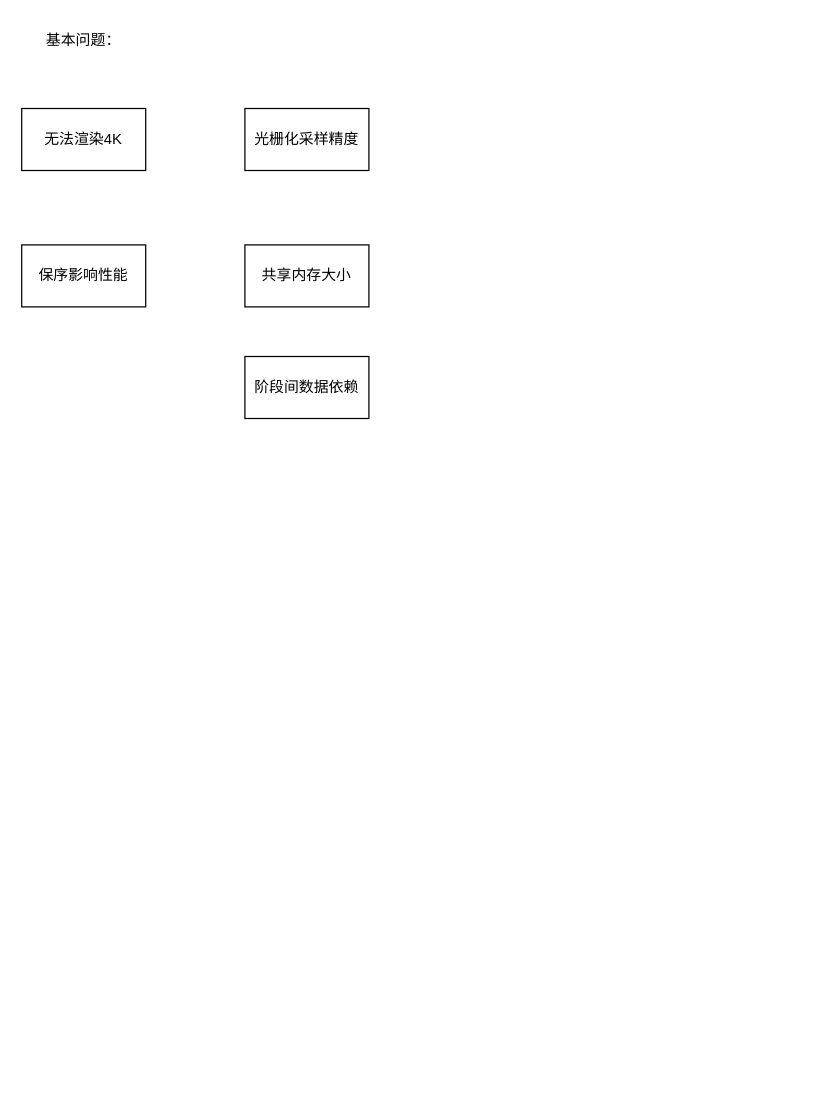
Before: weekly20240629.drawio in spaceboy202105/img, a draw.io diagram. Source tidied: cells renumbered, new cells numbered last; positions are measured from the earlier drawing's top-left corner, leaving out a move shared by most shapes. Both pictures are drawn from the tidied source at 124%, with x=0, y=0 at pixel (21, 21).
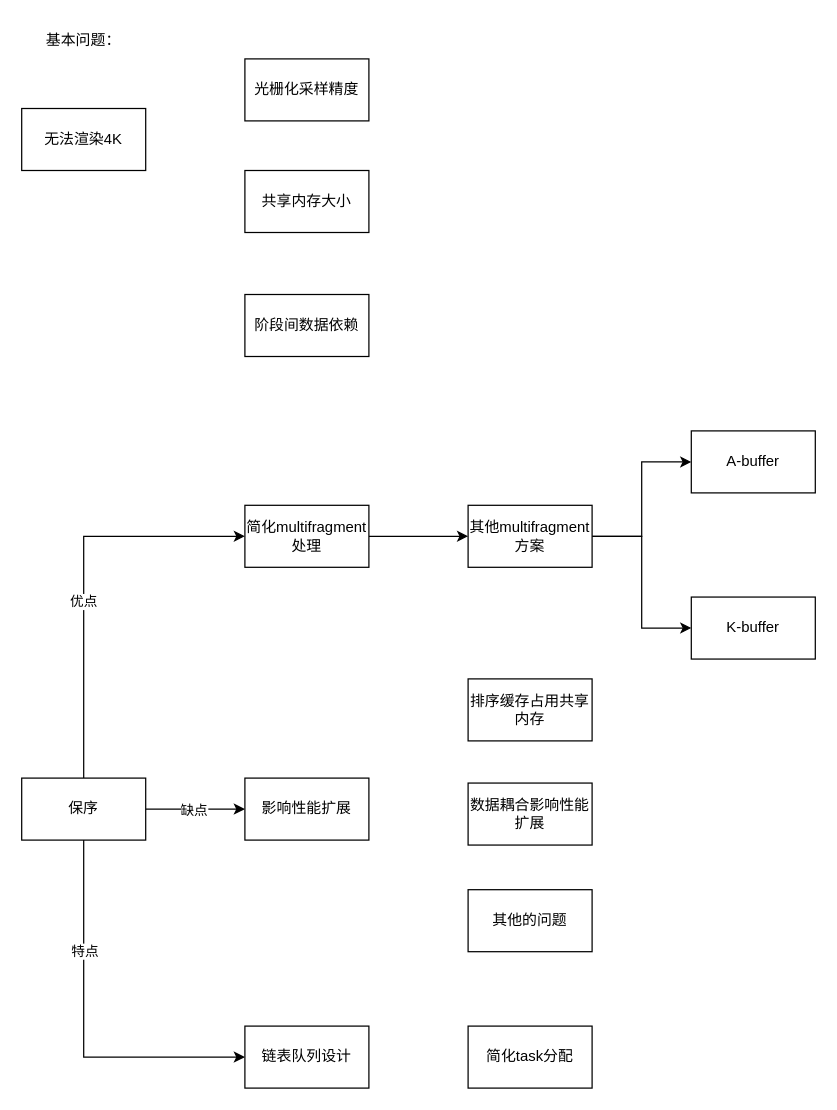
After the change.

Change to the diagram source:
```diff
@@
+    <mxCell id="8" style="rounded=0;jettySize=auto;html=1;exitX=0.5;exitY=0;exitDx=0;exitDy=0;entryX=0;entryY=0.5;entryDx=0;entryDy=0;edgeStyle=orthogonalEdgeStyle;" parent="1" edge="1" source="4" target="15">
+      <mxGeometry relative="1" as="geometry" />
+    </mxCell>
+    <mxCell id="9" value="优点" style="edgeLabel;html=1;align=center;verticalAlign=middle;" parent="8" vertex="1">
+      <mxGeometry x="-0.12" y="1" relative="1" as="geometry" />
+    </mxCell>
+    <mxCell id="10" style="rounded=0;jettySize=auto;html=1;entryX=0;entryY=0.5;entryDx=0;entryDy=0;exitX=1;exitY=0.5;exitDx=0;exitDy=0;edgeStyle=orthogonalEdgeStyle;" parent="1" edge="1" source="4" target="16">
+      <mxGeometry relative="1" as="geometry" />
+    </mxCell>
+    <mxCell id="11" value="缺点" style="edgeLabel;html=1;align=center;verticalAlign=middle;" parent="10" vertex="1">
+      <mxGeometry x="-0.06" relative="1" as="geometry" />
+    </mxCell>
+    <mxCell id="12" style="edgeStyle=orthogonalEdgeStyle;rounded=0;jettySize=auto;html=1;exitX=0.5;exitY=1;exitDx=0;exitDy=0;entryX=0;entryY=0.5;entryDx=0;entryDy=0;" parent="1" edge="1" source="4" target="25">
+      <mxGeometry relative="1" as="geometry" />
+    </mxCell>
+    <mxCell id="13" value="特点" style="edgeLabel;html=1;align=center;verticalAlign=middle;" parent="12" vertex="1">
+      <mxGeometry x="-0.63" relative="1" as="geometry">
+        <mxPoint y="33" as="offset" />
+      </mxGeometry>
+    </mxCell>
-    <mxCell id="4" value="保序影响性能" style="rounded=0;whiteSpace=wrap;html=1;" parent="1" vertex="1">
-      <mxGeometry y="180" width="100" height="50" as="geometry" />
+    <mxCell id="4" value="保序" style="rounded=0;whiteSpace=wrap;html=1;" parent="1" vertex="1">
+      <mxGeometry y="610" width="100" height="50" as="geometry" />
     </mxCell>
     <mxCell id="5" value="共享内存大小" style="rounded=0;whiteSpace=wrap;html=1;" parent="1" vertex="1">
-      <mxGeometry x="180" y="180" width="100" height="50" as="geometry" />
+      <mxGeometry x="180" y="120" width="100" height="50" as="geometry" />
     </mxCell>
     <mxCell id="6" value="光栅化采样精度" style="rounded=0;whiteSpace=wrap;html=1;" parent="1" vertex="1">
-      <mxGeometry x="180" y="70" width="100" height="50" as="geometry" />
+      <mxGeometry x="180" y="30" width="100" height="50" as="geometry" />
     </mxCell>
     <mxCell id="7" value="阶段间数据依赖" style="rounded=0;whiteSpace=wrap;html=1;" parent="1" vertex="1">
-      <mxGeometry x="180" y="270" width="100" height="50" as="geometry" />
+      <mxGeometry x="180" y="220" width="100" height="50" as="geometry" />
     </mxCell>
+    <mxCell id="14" style="edgeStyle=orthogonalEdgeStyle;rounded=0;jettySize=auto;html=1;" parent="1" edge="1" source="15" target="19">
+      <mxGeometry relative="1" as="geometry" />
+    </mxCell>
+    <mxCell id="15" value="简化multifragment处理" style="rounded=0;whiteSpace=wrap;html=1;" parent="1" vertex="1">
+      <mxGeometry x="180" y="390" width="100" height="50" as="geometry" />
+    </mxCell>
+    <mxCell id="16" value="影响性能扩展" style="rounded=0;whiteSpace=wrap;html=1;" parent="1" vertex="1">
+      <mxGeometry x="180" y="610" width="100" height="50" as="geometry" />
+    </mxCell>
+    <mxCell id="17" style="edgeStyle=orthogonalEdgeStyle;rounded=0;jettySize=auto;html=1;entryX=0;entryY=0.5;entryDx=0;entryDy=0;" parent="1" edge="1" source="19" target="20">
+      <mxGeometry relative="1" as="geometry" />
+    </mxCell>
+    <mxCell id="18" style="edgeStyle=orthogonalEdgeStyle;rounded=0;jettySize=auto;html=1;entryX=0;entryY=0.5;entryDx=0;entryDy=0;" parent="1" edge="1" source="19" target="21">
+      <mxGeometry relative="1" as="geometry" />
+    </mxCell>
+    <mxCell id="19" value="其他multifragment方案" style="rounded=0;whiteSpace=wrap;html=1;" parent="1" vertex="1">
+      <mxGeometry x="360" y="390" width="100" height="50" as="geometry" />
+    </mxCell>
+    <mxCell id="20" value="A-buffer" style="rounded=0;whiteSpace=wrap;html=1;" parent="1" vertex="1">
+      <mxGeometry x="540" y="330" width="100" height="50" as="geometry" />
+    </mxCell>
+    <mxCell id="21" value="K-buffer" style="rounded=0;whiteSpace=wrap;html=1;" parent="1" vertex="1">
+      <mxGeometry x="540" y="464" width="100" height="50" as="geometry" />
+    </mxCell>
+    <mxCell id="22" value="排序缓存占用共享内存" style="rounded=0;whiteSpace=wrap;html=1;" parent="1" vertex="1">
+      <mxGeometry x="360" y="530" width="100" height="50" as="geometry" />
+    </mxCell>
+    <mxCell id="23" value="数据耦合影响性能扩展" style="rounded=0;whiteSpace=wrap;html=1;" parent="1" vertex="1">
+      <mxGeometry x="360" y="614" width="100" height="50" as="geometry" />
+    </mxCell>
+    <mxCell id="24" value="其他的问题" style="rounded=0;whiteSpace=wrap;html=1;" parent="1" vertex="1">
+      <mxGeometry x="360" y="700" width="100" height="50" as="geometry" />
+    </mxCell>
+    <mxCell id="25" value="链表队列设计" style="rounded=0;whiteSpace=wrap;html=1;" parent="1" vertex="1">
+      <mxGeometry x="180" y="810" width="100" height="50" as="geometry" />
+    </mxCell>
+    <mxCell id="26" value="简化task分配" style="rounded=0;whiteSpace=wrap;html=1;" parent="1" vertex="1">
+      <mxGeometry x="360" y="810" width="100" height="50" as="geometry" />
+    </mxCell>
```
